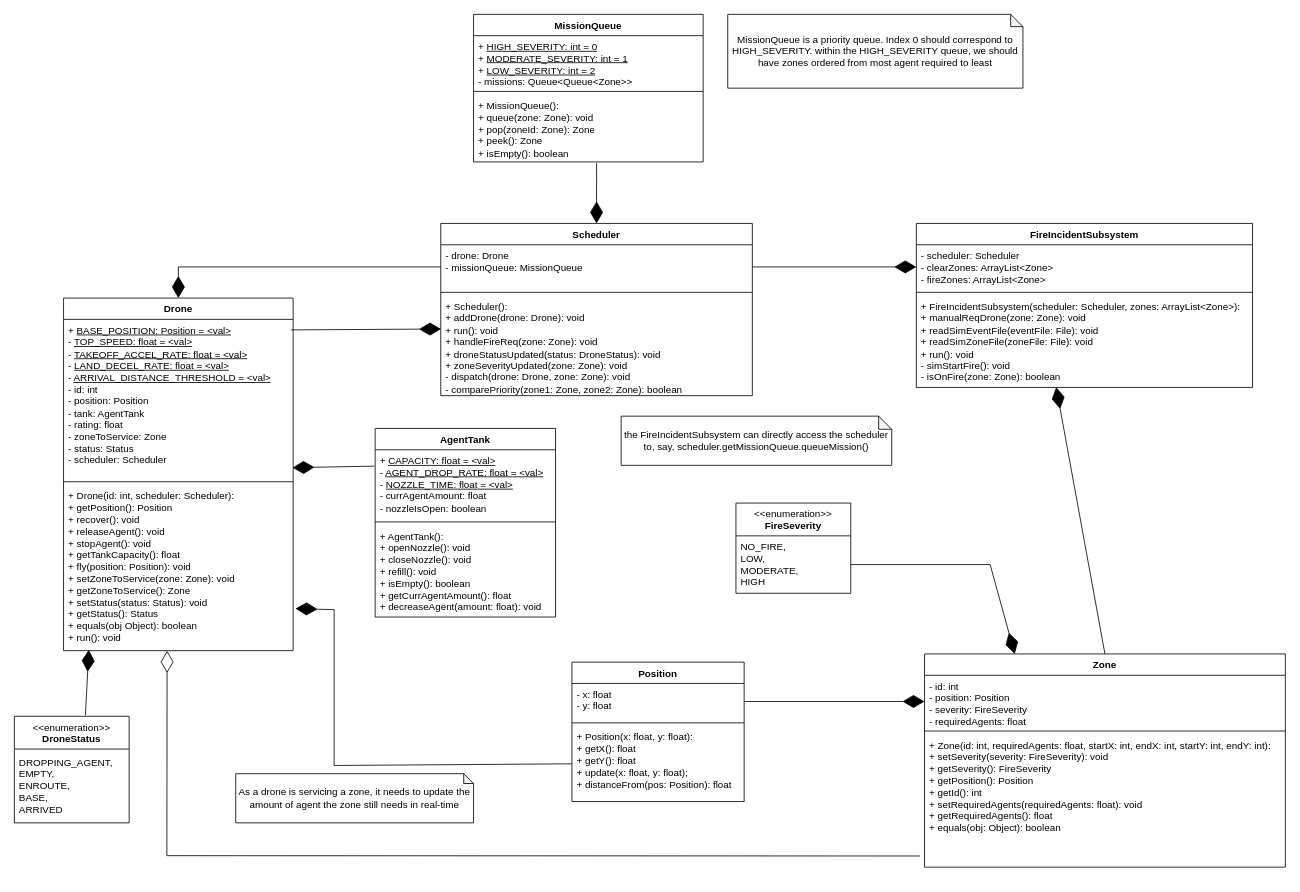
Before: docs/fire_drone_swarm_class.drawio in hubertdang/fire-drone-swarm, a draw.io diagram. Source tidied: cells renumbered, new cells numbered last; positions are measured from the earlier drawing's top-left corner, leaving out a move shared by most shapes. Both pictures are drawn from the tidied source at 82%, with x=0, y=0 at pixel (14, 14).
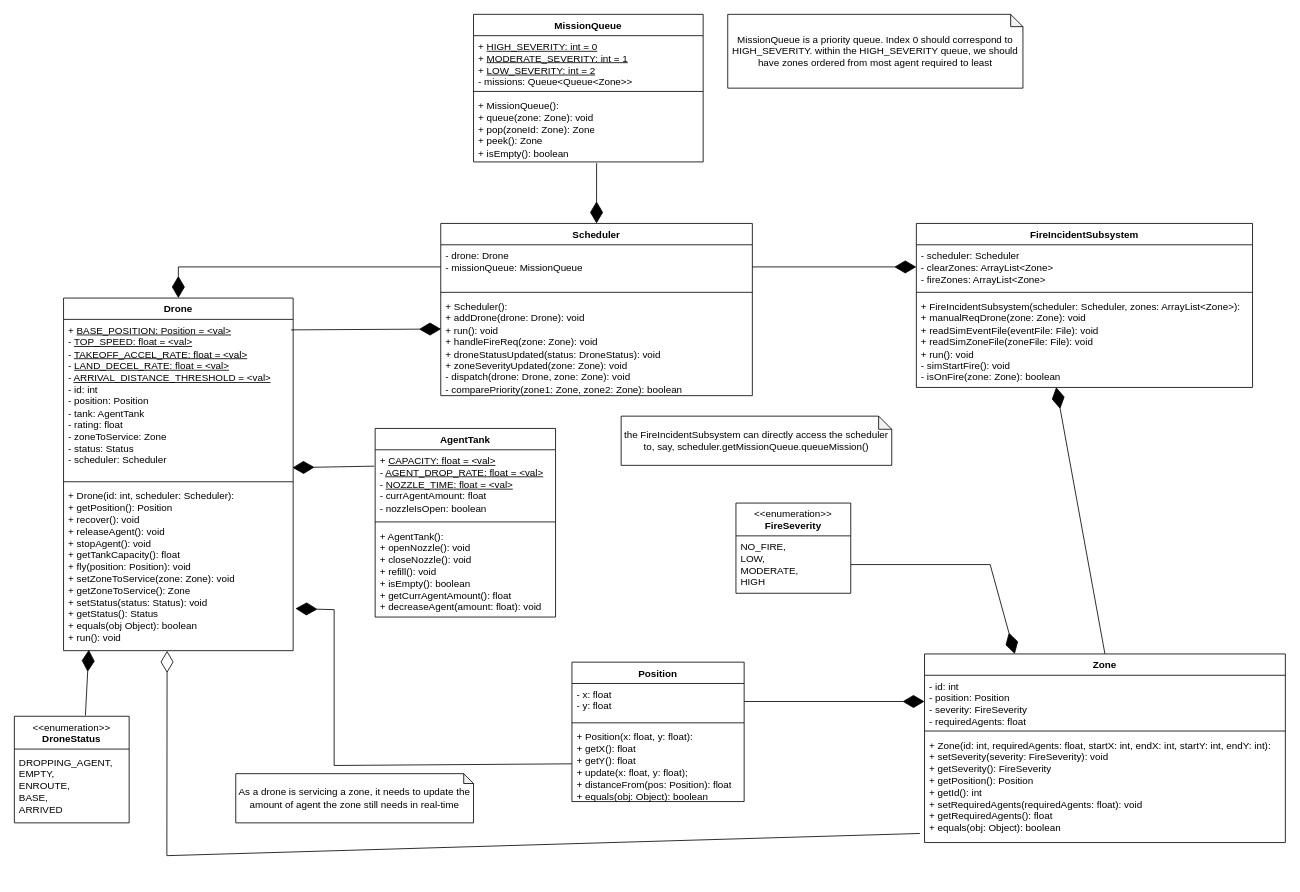
After the change.

Commit message:
chore(UML): update UML of postion + zone

Unchanged cells that the change refers to:
```xml
<mxCell id="14" value="Position" style="swimlane;fontStyle=1;align=center;verticalAlign=top;horizontal=1;startSize=26;whiteSpace=wrap;html=1;" parent="1" vertex="1">
  <mxGeometry x="680" y="790" width="210" height="170" as="geometry" />
</mxCell>
```

The edit, as a diff of the source:
```diff
@@
-    <mxCell id="17" value="+ Position(x: float, y: float):&lt;div&gt;+ getX(): float&lt;/div&gt;&lt;div&gt;+ getY(): float&lt;/div&gt;&lt;div&gt;+ update(x: float, y: float);&lt;/div&gt;&lt;div&gt;+ distanceFrom(pos: Position): float&lt;/div&gt;" style="text;strokeColor=none;fillColor=none;align=left;verticalAlign=top;spacingLeft=4;spacingRight=4;overflow=hidden;points=[[0,0.5],[1,0.5]];portConstraint=eastwest;whiteSpace=wrap;html=1;" parent="14" vertex="1">
+    <mxCell id="17" value="+ Position(x: float, y: float):&lt;div&gt;+ getX(): float&lt;/div&gt;&lt;div&gt;+ getY(): float&lt;/div&gt;&lt;div&gt;+ update(x: float, y: float);&lt;/div&gt;&lt;div&gt;+ distanceFrom(pos: Position): float&lt;/div&gt;&lt;div&gt;+ equals(obj: Object): boolean&lt;/div&gt;" style="text;strokeColor=none;fillColor=none;align=left;verticalAlign=top;spacingLeft=4;spacingRight=4;overflow=hidden;points=[[0,0.5],[1,0.5]];portConstraint=eastwest;whiteSpace=wrap;html=1;" parent="14" vertex="1">
       <mxGeometry y="78" width="210" height="92" as="geometry" />
     </mxCell>
@@
     <mxCell id="22" value="Zone" style="swimlane;fontStyle=1;align=center;verticalAlign=top;horizontal=1;startSize=26;whiteSpace=wrap;html=1;" parent="1" vertex="1">
-      <mxGeometry x="1110" y="780" width="440" height="260" as="geometry" />
+      <mxGeometry x="1110" y="780" width="440" height="230" as="geometry" />
     </mxCell>
@@
     <mxCell id="25" value="+ Zone(id: int, requiredAgents: float, startX: int, endX: int, startY: int, endY: int):&lt;div&gt;&lt;div&gt;+ setSeverity(severity: FireSeverity): void&lt;/div&gt;&lt;div&gt;+ getSeverity(): FireSeverity&lt;/div&gt;&lt;div&gt;+ getPosition(): Position&lt;/div&gt;&lt;div&gt;+ getId(): int&lt;/div&gt;&lt;div&gt;+ setRequiredAgents(requiredAgents: float): void&lt;/div&gt;&lt;div&gt;+ getRequiredAgents(): float&lt;/div&gt;&lt;div&gt;+ equals(obj: Object): boolean&lt;/div&gt;&lt;div&gt;&lt;br&gt;&lt;/div&gt;&lt;div&gt;&lt;div&gt;&lt;br&gt;&lt;/div&gt;&lt;/div&gt;&lt;/div&gt;" style="text;strokeColor=none;fillColor=none;align=left;verticalAlign=top;spacingLeft=4;spacingRight=4;overflow=hidden;points=[[0,0.5],[1,0.5]];portConstraint=eastwest;whiteSpace=wrap;html=1;" parent="22" vertex="1">
-      <mxGeometry y="98" width="440" height="162" as="geometry" />
+      <mxGeometry y="98" width="440" height="132" as="geometry" />
     </mxCell>
```
